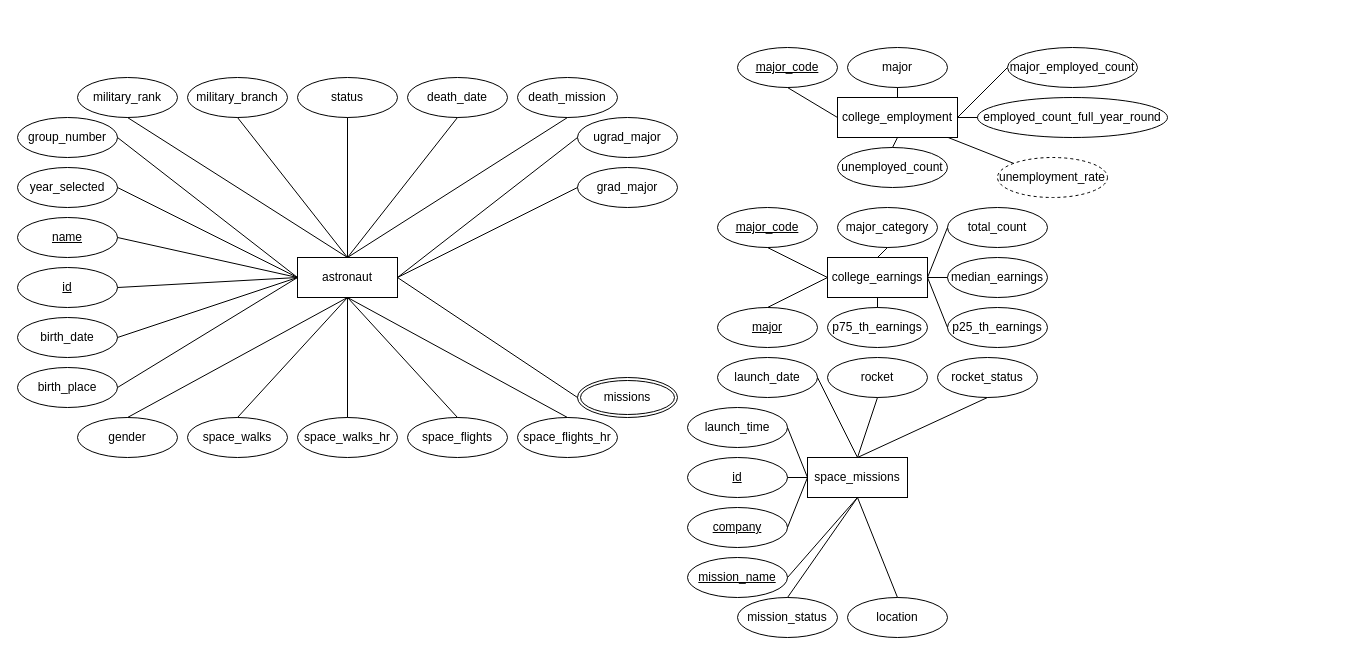
Before: project_erd.drawio in JamesVpog/403-sql-project, a draw.io diagram. Source tidied: cells renumbered, new cells numbered last; positions are measured from the earlier drawing's top-left corner, leaving out a move shared by most shapes. Both pictures are drawn from the tidied source at 100%, with x=0, y=0 at pixel (17, 47).
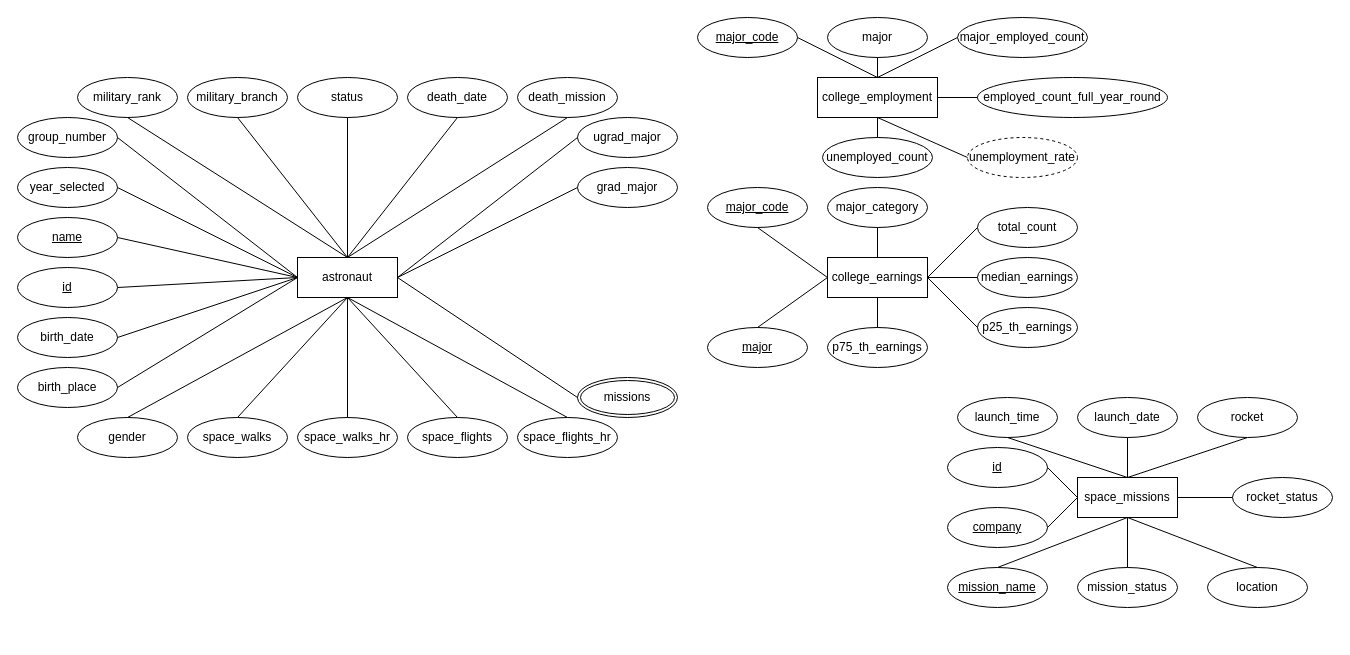
The same diagram, later.

Diff of the diagram source:
```diff
@@
     <mxCell id="41" value="space_missions" style="whiteSpace=wrap;html=1;align=center;" parent="1" vertex="1">
-      <mxGeometry x="790" y="410" width="100" height="40" as="geometry" />
+      <mxGeometry x="1060" y="430" width="100" height="40" as="geometry" />
     </mxCell>
     <mxCell id="42" value="&lt;u&gt;id&lt;/u&gt;" style="ellipse;whiteSpace=wrap;html=1;align=center;" parent="1" vertex="1">
-      <mxGeometry x="670" y="410" width="100" height="40" as="geometry" />
+      <mxGeometry x="930" y="400" width="100" height="40" as="geometry" />
     </mxCell>
     <mxCell id="43" value="mission_status" style="ellipse;whiteSpace=wrap;html=1;align=center;" parent="1" vertex="1">
-      <mxGeometry x="720" y="550" width="100" height="40" as="geometry" />
+      <mxGeometry x="1060" y="520" width="100" height="40" as="geometry" />
     </mxCell>
     <mxCell id="44" value="&lt;u&gt;mission_name&lt;/u&gt;" style="ellipse;whiteSpace=wrap;html=1;align=center;" parent="1" vertex="1">
-      <mxGeometry x="670" y="510" width="100" height="40" as="geometry" />
+      <mxGeometry x="930" y="520" width="100" height="40" as="geometry" />
     </mxCell>
     <mxCell id="45" value="launch_date" style="ellipse;whiteSpace=wrap;html=1;align=center;" parent="1" vertex="1">
-      <mxGeometry x="700" y="310" width="100" height="40" as="geometry" />
+      <mxGeometry x="1060" y="350" width="100" height="40" as="geometry" />
     </mxCell>
     <mxCell id="46" value="launch_time" style="ellipse;whiteSpace=wrap;html=1;align=center;" parent="1" vertex="1">
-      <mxGeometry x="670" y="360" width="100" height="40" as="geometry" />
+      <mxGeometry x="940" y="350" width="100" height="40" as="geometry" />
     </mxCell>
     <mxCell id="47" value="rocket_status" style="ellipse;whiteSpace=wrap;html=1;align=center;" parent="1" vertex="1">
-      <mxGeometry x="920" y="310" width="100" height="40" as="geometry" />
+      <mxGeometry x="1215" y="430" width="100" height="40" as="geometry" />
     </mxCell>
     <mxCell id="48" value="&lt;u&gt;company&lt;/u&gt;" style="ellipse;whiteSpace=wrap;html=1;align=center;" parent="1" vertex="1">
-      <mxGeometry x="670" y="460" width="100" height="40" as="geometry" />
+      <mxGeometry x="930" y="460" width="100" height="40" as="geometry" />
     </mxCell>
     <mxCell id="49" value="rocket" style="ellipse;whiteSpace=wrap;html=1;align=center;" parent="1" vertex="1">
-      <mxGeometry x="810" y="310" width="100" height="40" as="geometry" />
+      <mxGeometry x="1180" y="350" width="100" height="40" as="geometry" />
     </mxCell>
     <mxCell id="50" value="location" style="ellipse;whiteSpace=wrap;html=1;align=center;" parent="1" vertex="1">
-      <mxGeometry x="830" y="550" width="100" height="40" as="geometry" />
+      <mxGeometry x="1190" y="520" width="100" height="40" as="geometry" />
     </mxCell>
@@
     <mxCell id="52" value="major_category" style="ellipse;whiteSpace=wrap;html=1;align=center;" parent="1" vertex="1">
-      <mxGeometry x="820" y="160" width="100" height="40" as="geometry" />
+      <mxGeometry x="810" y="140" width="100" height="40" as="geometry" />
     </mxCell>
     <mxCell id="53" value="p75_th_earnings" style="ellipse;whiteSpace=wrap;html=1;align=center;" parent="1" vertex="1">
-      <mxGeometry x="810" y="260" width="100" height="40" as="geometry" />
+      <mxGeometry x="810" y="280" width="100" height="40" as="geometry" />
     </mxCell>
     <mxCell id="54" value="&lt;u&gt;major_code&lt;/u&gt;" style="ellipse;whiteSpace=wrap;html=1;align=center;" parent="1" vertex="1">
-      <mxGeometry x="700" y="160" width="100" height="40" as="geometry" />
+      <mxGeometry x="690" y="140" width="100" height="40" as="geometry" />
     </mxCell>
     <mxCell id="55" value="&lt;u&gt;major&lt;/u&gt;" style="ellipse;whiteSpace=wrap;html=1;align=center;" parent="1" vertex="1">
-      <mxGeometry x="700" y="260" width="100" height="40" as="geometry" />
+      <mxGeometry x="690" y="280" width="100" height="40" as="geometry" />
     </mxCell>
     <mxCell id="56" value="median_earnings" style="ellipse;whiteSpace=wrap;html=1;align=center;" parent="1" vertex="1">
-      <mxGeometry x="930" y="210" width="100" height="40" as="geometry" />
+      <mxGeometry x="960" y="210" width="100" height="40" as="geometry" />
     </mxCell>
     <mxCell id="57" value="total_count" style="ellipse;whiteSpace=wrap;html=1;align=center;" parent="1" vertex="1">
-      <mxGeometry x="930" y="160" width="100" height="40" as="geometry" />
+      <mxGeometry x="960" y="160" width="100" height="40" as="geometry" />
     </mxCell>
     <mxCell id="58" value="p25_th_earnings" style="ellipse;whiteSpace=wrap;html=1;align=center;" parent="1" vertex="1">
-      <mxGeometry x="930" y="260" width="100" height="40" as="geometry" />
+      <mxGeometry x="960" y="260" width="100" height="40" as="geometry" />
     </mxCell>
     <mxCell id="59" value="college_employment" style="whiteSpace=wrap;html=1;align=center;" parent="1" vertex="1">
-      <mxGeometry x="820" y="50" width="120" height="40" as="geometry" />
+      <mxGeometry x="800" y="30" width="120" height="40" as="geometry" />
     </mxCell>
     <mxCell id="60" value="major" style="ellipse;whiteSpace=wrap;html=1;align=center;" parent="1" vertex="1">
-      <mxGeometry x="830" width="100" height="40" as="geometry" />
+      <mxGeometry x="810" y="-30" width="100" height="40" as="geometry" />
     </mxCell>
     <mxCell id="61" value="major_employed_count" style="ellipse;whiteSpace=wrap;html=1;align=center;" parent="1" vertex="1">
-      <mxGeometry x="990" width="130" height="40" as="geometry" />
+      <mxGeometry x="940" y="-30" width="130" height="40" as="geometry" />
     </mxCell>
     <mxCell id="62" value="&lt;u&gt;major_code&lt;/u&gt;" style="ellipse;whiteSpace=wrap;html=1;align=center;" parent="1" vertex="1">
-      <mxGeometry x="720" width="100" height="40" as="geometry" />
+      <mxGeometry x="680" y="-30" width="100" height="40" as="geometry" />
     </mxCell>
     <mxCell id="63" value="employed_count_full_year_round" style="ellipse;whiteSpace=wrap;html=1;align=center;" parent="1" vertex="1">
-      <mxGeometry x="960" y="50" width="190" height="40" as="geometry" />
+      <mxGeometry x="960" y="30" width="190" height="40" as="geometry" />
     </mxCell>
     <mxCell id="64" value="unemployed_count" style="ellipse;whiteSpace=wrap;html=1;align=center;" parent="1" vertex="1">
-      <mxGeometry x="820" y="100" width="110" height="40" as="geometry" />
+      <mxGeometry x="805" y="90" width="110" height="40" as="geometry" />
     </mxCell>
     <mxCell id="65" value="unemployment_rate" style="ellipse;whiteSpace=wrap;html=1;align=center;dashed=1;" parent="1" vertex="1">
-      <mxGeometry x="980" y="110" width="110" height="40" as="geometry" />
+      <mxGeometry x="950" y="90" width="110" height="40" as="geometry" />
     </mxCell>
@@
-    <mxCell id="68" style="endArrow=none;html=1;rounded=0;entryX=0.5;entryY=1;entryDx=0;entryDy=0;exitX=1;exitY=0.5;exitDx=0;exitDy=0;" parent="1" edge="1" source="44" target="41">
+    <mxCell id="68" style="endArrow=none;html=1;rounded=0;entryX=0.5;entryY=1;entryDx=0;entryDy=0;exitX=0.5;exitY=0;exitDx=0;exitDy=0;" parent="1" edge="1" source="44" target="41">
       <mxGeometry relative="1" as="geometry" />
     </mxCell>
@@
-    <mxCell id="71" style="endArrow=none;html=1;rounded=0;entryX=1;entryY=0.5;entryDx=0;entryDy=0;exitX=0;exitY=0.5;exitDx=0;exitDy=0;" parent="1" edge="1" source="41" target="46">
+    <mxCell id="71" style="endArrow=none;html=1;rounded=0;entryX=0.5;entryY=1;entryDx=0;entryDy=0;exitX=0.5;exitY=0;exitDx=0;exitDy=0;" parent="1" edge="1" source="41" target="46">
       <mxGeometry relative="1" as="geometry" />
     </mxCell>
-    <mxCell id="72" style="endArrow=none;html=1;rounded=0;exitX=1;exitY=0.5;exitDx=0;exitDy=0;entryX=0.5;entryY=0;entryDx=0;entryDy=0;" parent="1" edge="1" source="45" target="41">
+    <mxCell id="72" style="endArrow=none;html=1;rounded=0;exitX=0.5;exitY=1;exitDx=0;exitDy=0;entryX=0.5;entryY=0;entryDx=0;entryDy=0;" parent="1" edge="1" source="45" target="41">
       <mxGeometry relative="1" as="geometry" />
     </mxCell>
@@
-    <mxCell id="74" style="endArrow=none;html=1;rounded=0;entryX=0.5;entryY=1;entryDx=0;entryDy=0;exitX=0.5;exitY=0;exitDx=0;exitDy=0;" parent="1" edge="1" source="41" target="47">
+    <mxCell id="74" style="endArrow=none;html=1;rounded=0;entryX=0;entryY=0.5;entryDx=0;entryDy=0;exitX=1;exitY=0.5;exitDx=0;exitDy=0;" parent="1" edge="1" source="41" target="47">
       <mxGeometry relative="1" as="geometry" />
     </mxCell>
@@
-    <mxCell id="82" style="endArrow=none;html=1;rounded=0;entryX=0.5;entryY=1;entryDx=0;entryDy=0;exitX=0;exitY=0.5;exitDx=0;exitDy=0;" parent="1" edge="1" source="59" target="62">
+    <mxCell id="82" style="endArrow=none;html=1;rounded=0;entryX=1;entryY=0.5;entryDx=0;entryDy=0;exitX=0.5;exitY=0;exitDx=0;exitDy=0;" parent="1" edge="1" source="59" target="62">
       <mxGeometry relative="1" as="geometry" />
     </mxCell>
@@
-    <mxCell id="85" style="endArrow=none;html=1;rounded=0;entryX=0;entryY=0.5;entryDx=0;entryDy=0;exitX=1;exitY=0.5;exitDx=0;exitDy=0;" parent="1" edge="1" source="59" target="61">
+    <mxCell id="85" style="endArrow=none;html=1;rounded=0;entryX=0;entryY=0.5;entryDx=0;entryDy=0;exitX=0.5;exitY=0;exitDx=0;exitDy=0;" parent="1" edge="1" source="59" target="61">
       <mxGeometry relative="1" as="geometry" />
     </mxCell>
@@
-    <mxCell id="87" style="endArrow=none;html=1;rounded=0;entryX=0;entryY=0;entryDx=0;entryDy=0;" parent="1" edge="1" source="59" target="65">
+    <mxCell id="87" style="endArrow=none;html=1;rounded=0;entryX=0;entryY=0.5;entryDx=0;entryDy=0;exitX=0.5;exitY=1;exitDx=0;exitDy=0;" parent="1" edge="1" source="59" target="65">
       <mxGeometry relative="1" as="geometry" />
     </mxCell>
```
